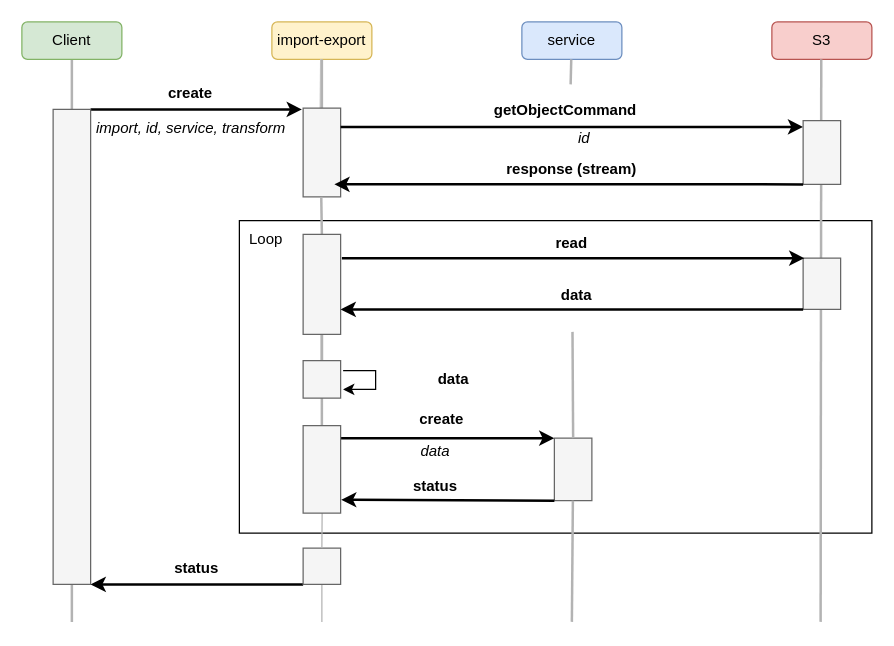
kalisio/feathers-import-export keeps this draw.io diagram as page "import" (1 of 2) of docs/feathers-import-export.drawio. Above is the earlier version. Source tidied: cells renumbered, new cells numbered last; positions are measured from the earlier drawing's top-left corner, leaving out a move shared by most shapes. Both pictures are drawn from the tidied source at 125%, with x=0, y=0 at pixel (21, 21).
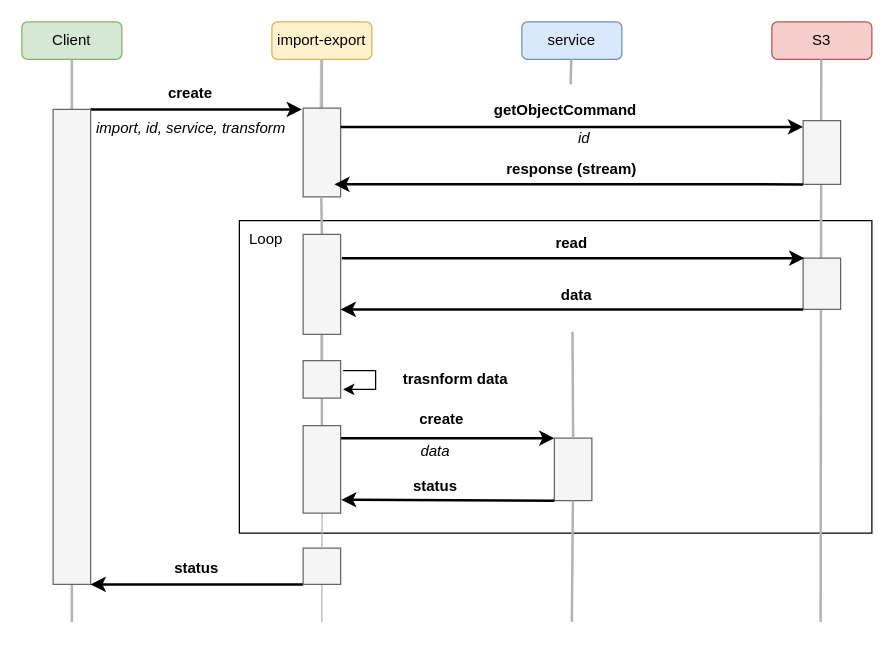
The same diagram, later.

The edit, as a diff of the source:
```diff
@@
-    <mxCell id="37" value="data" style="text;html=1;strokeColor=none;fillColor=none;align=center;verticalAlign=middle;whiteSpace=wrap;rounded=0;fontStyle=1;" parent="1" vertex="1">
+    <mxCell id="37" value="&amp;nbsp;trasnform data" style="text;html=1;strokeColor=none;fillColor=none;align=center;verticalAlign=middle;whiteSpace=wrap;rounded=0;fontStyle=1;" parent="1" vertex="1">
       <mxGeometry x="291" y="271" width="109" height="30" as="geometry" />
     </mxCell>
```
